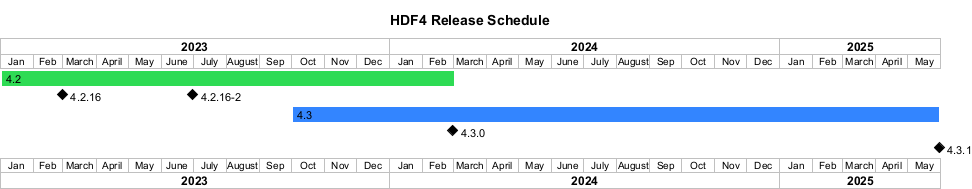
The PlantUML diagram doc/img/release-schedule.png in HDFGroup/hdf4, before a commit. The source it was exported from:
```plantuml
@startgantt

title HDF4 Release Schedule

projectscale monthly
Project starts 2023-01-01

[4.2] starts 2022-01-01 and lasts 61 weeks
[4.2.16] happens 2023-02-28
[4.2.16-2] happens 2023-06-30
[4.2.16-2] displays on same row as [4.2.16]
[4.2] is colored in #2EDB54

[4.3] starts 2023-10-01 and lasts 87 weeks
[4.3.0] happens 2024-02-29
[4.3.1] happens 2025-05-30
[4.3] is colored in #3385FF

@endgantt
```
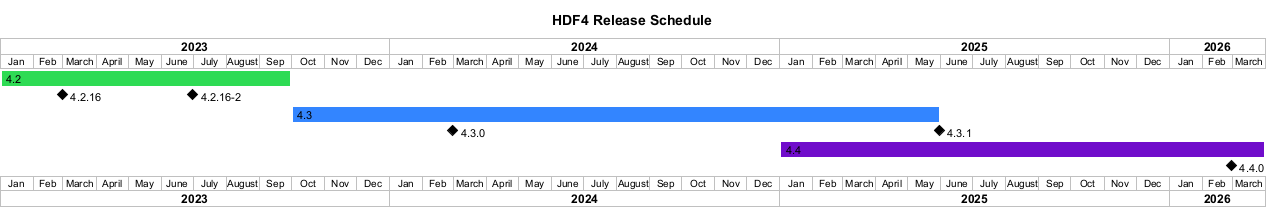
After the change.

The edit, as a diff of the source:
```diff
@@ -5,7 +5,7 @@
 projectscale monthly
 Project starts 2023-01-01
 
-[4.2] starts 2022-01-01 and lasts 61 weeks
+[4.2] starts 2022-01-01 and lasts 39 weeks
 [4.2.16] happens 2023-02-28
 [4.2.16-2] happens 2023-06-30
 [4.2.16-2] displays on same row as [4.2.16]
@@ -14,6 +14,11 @@
 [4.3] starts 2023-10-01 and lasts 87 weeks
 [4.3.0] happens 2024-02-29
 [4.3.1] happens 2025-05-30
+[4.3.1] displays on same row as [4.3.0]
 [4.3] is colored in #3385FF
 
+[4.4] starts 2025-01-01 and lasts 65 weeks
+[4.4.0] happens 2026-02-28
+[4.4] is colored in #700DCB
+
 @endgantt
```
